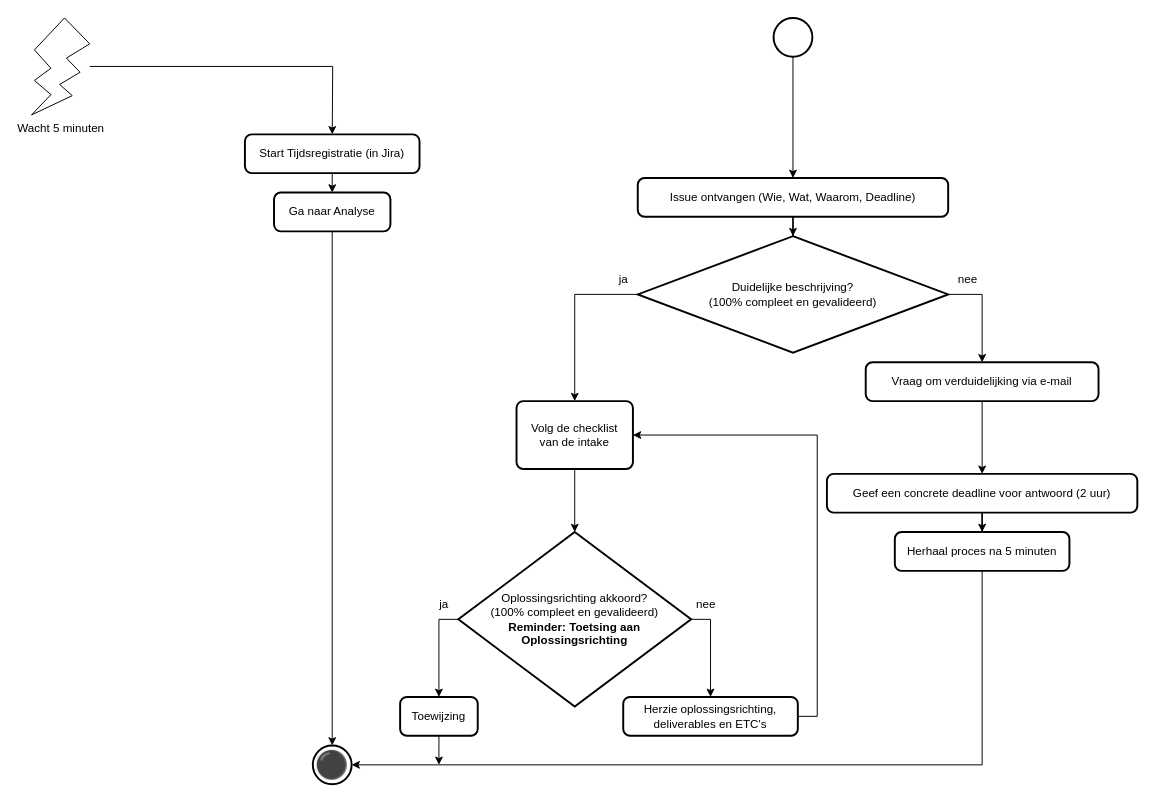
The draw.io diagram 1 Issue Tracker intake.drawio in Zaibatsu89/IssueTracker, before the edit. Source tidied: cells renumbered, new cells numbered last; positions are measured from the earlier drawing's top-left corner, leaving out a move shared by most shapes. Both pictures are drawn from the tidied source at 97%, with x=0, y=0 at pixel (31, 17).
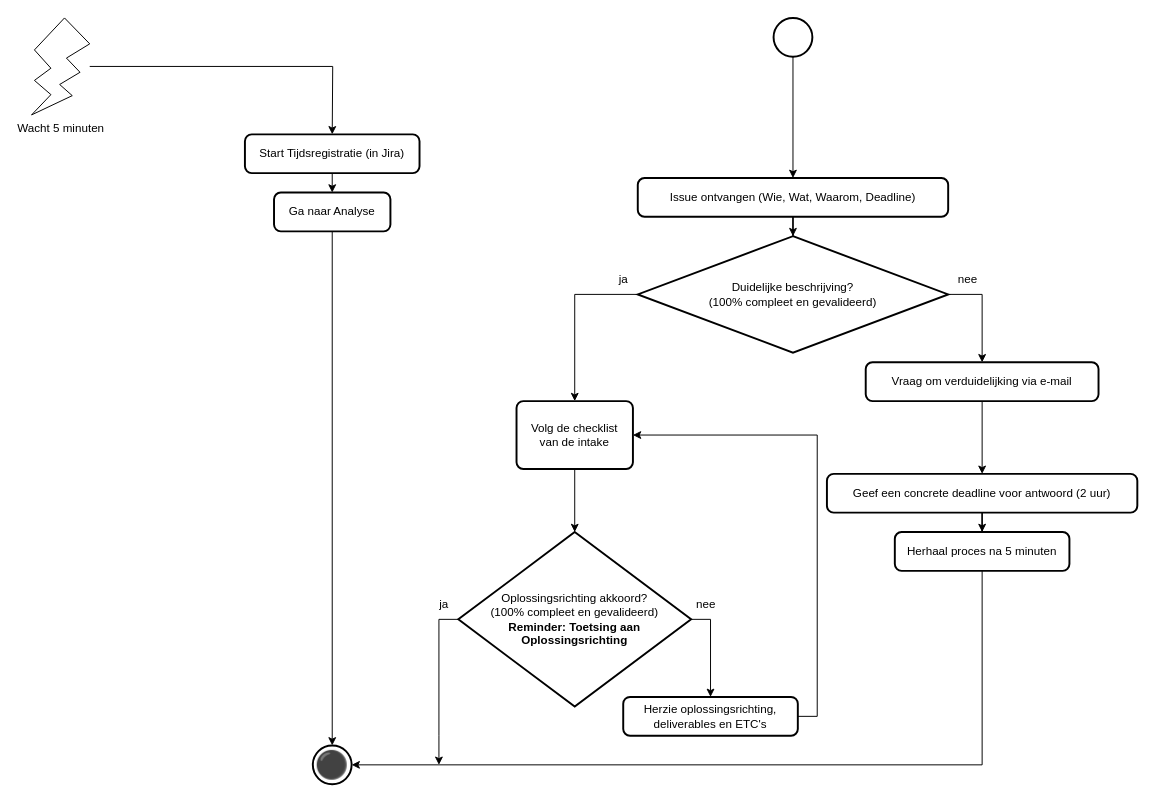
The same diagram, later.

Commit message:
"Toewijzing" weghalen in intake flowcharts

Unchanged cells that the change refers to:
```xml
<mxCell id="30" value="Oplossingsrichting akkoord?&lt;br&gt;(100% compleet en gevalideerd)&lt;br&gt;&lt;b&gt;Reminder: Toetsing aan Oplossingsrichting&lt;/b&gt;" style="strokeWidth=2;html=1;shape=mxgraph.flowchart.decision;whiteSpace=wrap;" parent="1" vertex="1">
  <mxGeometry x="440" y="530" width="240" height="180" as="geometry" />
</mxCell>
```

Diff of the diagram source:
```diff
@@
-    <mxCell id="22" style="edgeStyle=orthogonalEdgeStyle;rounded=0;jettySize=auto;html=1;exitX=0.5;exitY=1;exitDx=0;exitDy=0;" parent="1" edge="1" source="23">
-      <mxGeometry relative="1" as="geometry">
-        <mxPoint x="420" y="770" as="targetPoint" />
-      </mxGeometry>
-    </mxCell>
-    <mxCell id="23" value="Toewijzing" style="rounded=1;whiteSpace=wrap;html=1;absoluteArcSize=1;arcSize=14;strokeWidth=2;" parent="1" vertex="1">
-      <mxGeometry x="380" y="700" width="80" height="40" as="geometry" />
-    </mxCell>
@@
-    <mxCell id="28" style="edgeStyle=orthogonalEdgeStyle;rounded=0;jettySize=auto;html=1;exitX=0;exitY=0.5;exitDx=0;exitDy=0;exitPerimeter=0;entryX=0.5;entryY=0;entryDx=0;entryDy=0;" parent="1" edge="1" source="30" target="23">
-      <mxGeometry relative="1" as="geometry" />
+    <mxCell id="28" style="edgeStyle=orthogonalEdgeStyle;rounded=0;jettySize=auto;html=1;exitX=0;exitY=0.5;exitDx=0;exitDy=0;exitPerimeter=0;" parent="1" edge="1" source="30">
+      <mxGeometry relative="1" as="geometry">
+        <mxPoint x="420" y="770" as="targetPoint" />
+      </mxGeometry>
     </mxCell>
```
